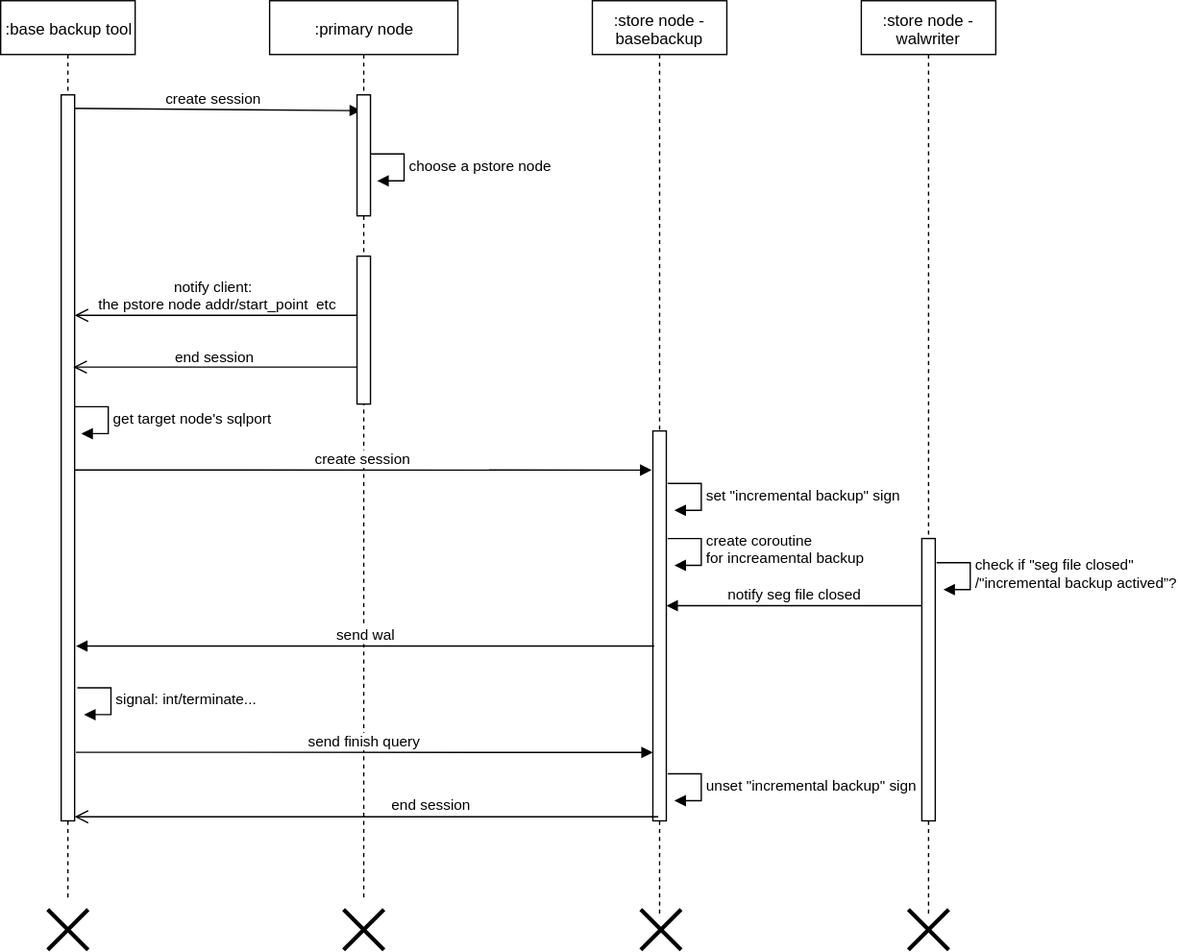
The draw.io diagram attachments/1648606565569.drawio.svg in simbahebinbo/smallfat.github.io, before a commit. Source tidied: cells renumbered, new cells last; positions are measured from the earlier drawing's top-left corner, leaving out a move shared by most shapes.
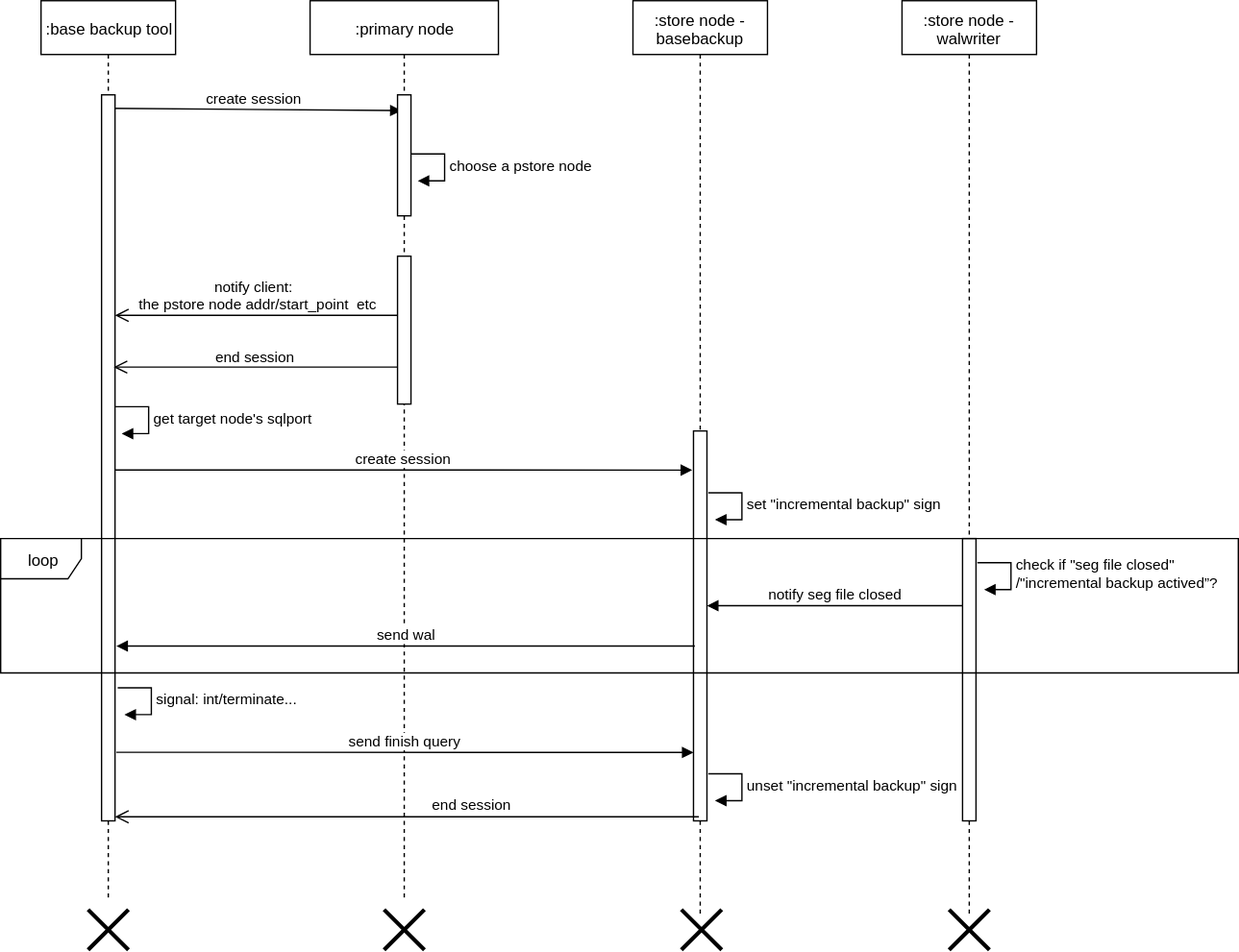
Above is the later version.

Commit message:
添加附件 : attachments/1648606565569.drawio.svg

The edit, as a diff of the source:
```diff
@@ -85,15 +85,6 @@
         </Array>
       </mxGeometry>
     </mxCell>
-    <mxCell id="20" value="create coroutine &lt;br&gt;for increamental backup" style="edgeStyle=orthogonalEdgeStyle;html=1;align=left;spacingLeft=2;endArrow=block;rounded=0;entryX=1;entryY=0;" parent="1" edge="1">
-      <mxGeometry relative="1" as="geometry">
-        <mxPoint x="496" y="400" as="sourcePoint" />
-        <mxPoint x="501" y="420" as="targetPoint" />
-        <Array as="points">
-          <mxPoint x="521" y="400" />
-        </Array>
-      </mxGeometry>
-    </mxCell>
     <mxCell id="21" value=":store node - walwriter" style="shape=umlLifeline;perimeter=lifelinePerimeter;whiteSpace=wrap;html=1;" parent="1" vertex="1">
       <mxGeometry x="640" width="100" height="680" as="geometry" />
     </mxCell>
@@ -131,10 +122,10 @@
     </mxCell>
     <mxCell id="27" value="set &quot;incremental backup&quot; sign" style="edgeStyle=orthogonalEdgeStyle;html=1;align=left;spacingLeft=2;endArrow=block;rounded=0;entryX=1;entryY=0;" parent="1" edge="1">
       <mxGeometry relative="1" as="geometry">
-        <mxPoint x="496" y="359" as="sourcePoint" />
-        <mxPoint x="501" y="379" as="targetPoint" />
+        <mxPoint x="496" y="366" as="sourcePoint" />
+        <mxPoint x="501" y="386" as="targetPoint" />
         <Array as="points">
-          <mxPoint x="521" y="359" />
+          <mxPoint x="521" y="366" />
         </Array>
       </mxGeometry>
     </mxCell>
@@ -150,5 +141,8 @@
     <mxCell id="29" style="shape=umlDestroy;whiteSpace=wrap;html=1;strokeWidth=3;" parent="1" vertex="1">
       <mxGeometry x="675" y="676" width="30" height="30" as="geometry" />
     </mxCell>
+    <mxCell id="30" value="loop" style="shape=umlFrame;whiteSpace=wrap;html=1;" parent="1" vertex="1">
+      <mxGeometry x="-30" y="400" width="920" height="100" as="geometry" />
+    </mxCell>
   </root>
 </mxGraphModel>
```
